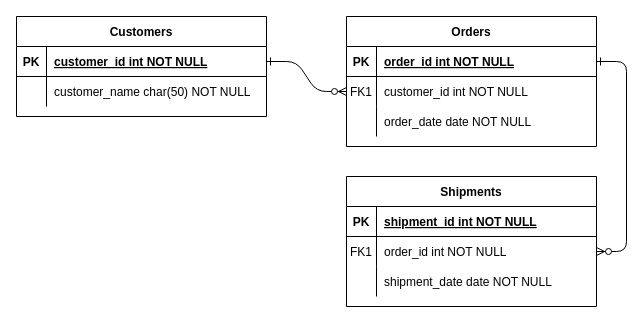
Before: Untitled Diagram.drawio in drshyamsundaram/CommunityDataModel, a draw.io diagram. Source tidied: cells renumbered, new cells numbered last; positions are measured from the earlier drawing's top-left corner, leaving out a move shared by most shapes. Both pictures are drawn from the tidied source at 100%, with x=0, y=0 at pixel (16, 16).
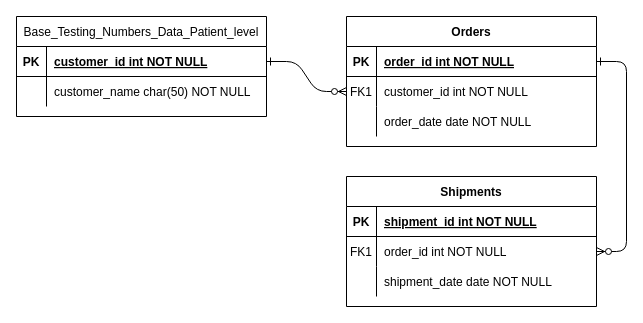
The same page after the edit.

Diff of the diagram source:
```diff
@@
-    <mxCell id="24" value="Customers" style="shape=table;startSize=30;childLayout=tableLayout;rowLines=0;fontStyle=1;align=center;" parent="1" vertex="1">
+    <mxCell id="24" value="Base_Testing_Numbers_Data_Patient_level" style="shape=table;startSize=30;childLayout=tableLayout;rowLines=0;fontStyle=0;align=center;" parent="1" vertex="1">
       <mxGeometry width="250" height="100" as="geometry" />
     </mxCell>
```
